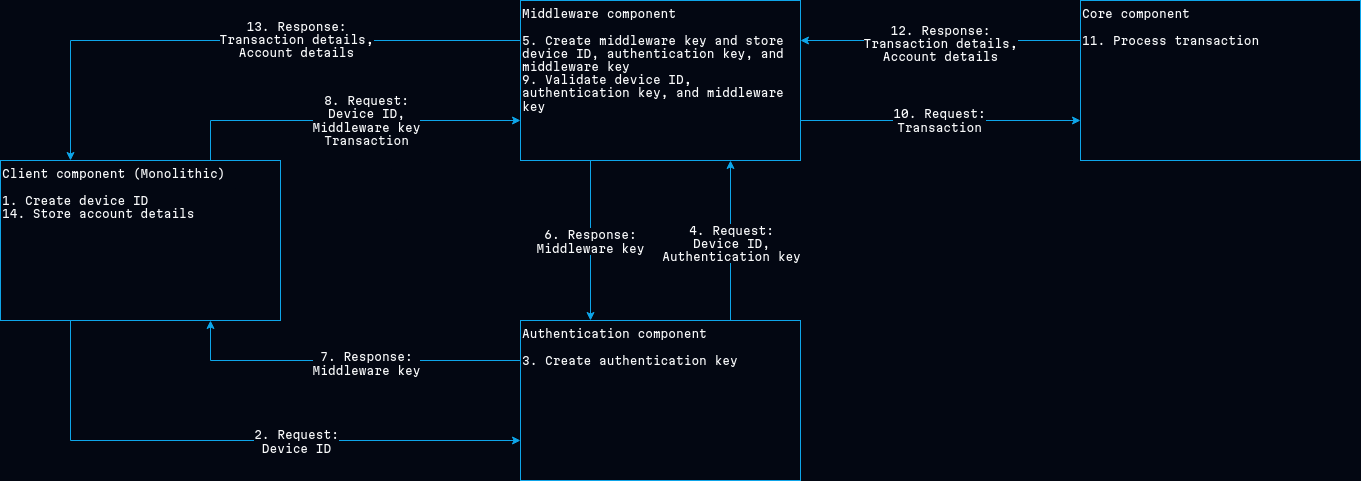
This is resources/images/otp-less-payment-system.png from enindu/enindu-alahapperuma, a draw.io export, as it was before one commit. Source tidied: cells renumbered, new cells last; positions are measured from the earlier drawing's top-left corner, leaving out a move shared by most shapes.
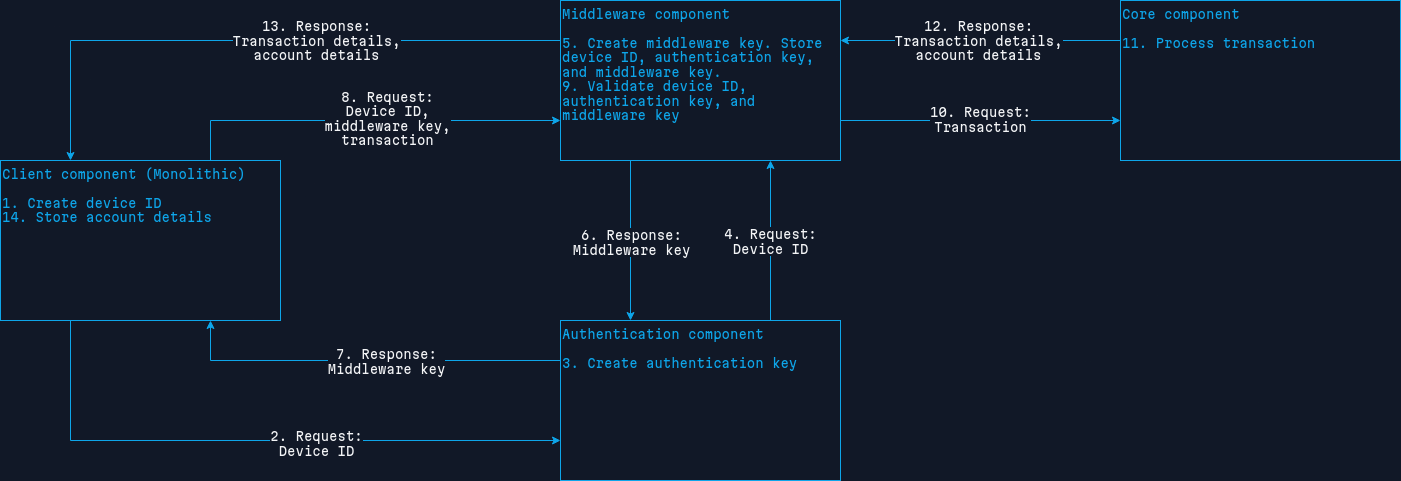
The same diagram one commit later.

The edit, as a diff of the source:
```diff
@@ -1,65 +1,70 @@
-<mxGraphModel background="#030712">
+<mxGraphModel background="#111827">
   <root>
     <mxCell id="0" />
     <mxCell id="1" parent="0" />
-    <mxCell id="2" style="edgeStyle=orthogonalEdgeStyle;rounded=0;jettySize=auto;html=1;exitX=0.25;exitY=1;exitDx=0;exitDy=0;entryX=0;entryY=0.75;entryDx=0;entryDy=0;strokeColor=#0EA5E9;fontFamily=Martian Mono;fontSource=https%3A%2F%2Ffonts.googleapis.com%2Fcss%3Ffamily%3DMartian%2BMono;" parent="1" edge="1" source="6" target="11">
+    <mxCell id="2" style="edgeStyle=orthogonalEdgeStyle;rounded=0;jettySize=auto;html=1;exitX=0.25;exitY=1;exitDx=0;exitDy=0;entryX=0;entryY=0.75;entryDx=0;entryDy=0;strokeColor=#0EA5E9;" parent="1" edge="1" source="6" target="11">
       <mxGeometry relative="1" as="geometry" />
     </mxCell>
-    <mxCell id="3" value="&lt;div&gt;2. Request:&lt;/div&gt;&lt;div&gt;Device ID&lt;br&gt;&lt;/div&gt;" style="edgeLabel;html=1;align=center;verticalAlign=middle;fontColor=#F9FAFB;labelBackgroundColor=#030712;fontFamily=Martian Mono;fontSource=https%3A%2F%2Ffonts.googleapis.com%2Fcss%3Ffamily%3DMartian%2BMono;" parent="2" vertex="1">
-      <mxGeometry x="0.21" relative="1" as="geometry" />
+    <mxCell id="3" value="&lt;div style=&quot;font-size: 12px;&quot;&gt;2. Request:&lt;/div&gt;&lt;div style=&quot;font-size: 12px;&quot;&gt;Device ID&lt;br style=&quot;font-size: 12px;&quot;&gt;&lt;/div&gt;" style="edgeLabel;html=1;align=center;verticalAlign=middle;labelBackgroundColor=#111827;fontColor=#F3F4F6;labelBorderColor=none;fontFamily=Martian Mono;fontSource=https%3A%2F%2Ffonts.googleapis.com%2Fcss%3Ffamily%3DMartian%2BMono;fontSize=12;" parent="2" vertex="1">
+      <mxGeometry x="0.2" y="-2" relative="1" as="geometry" />
     </mxCell>
-    <mxCell id="4" style="edgeStyle=orthogonalEdgeStyle;rounded=0;jettySize=auto;html=1;exitX=0.75;exitY=0;exitDx=0;exitDy=0;entryX=0;entryY=0.75;entryDx=0;entryDy=0;strokeColor=#0EA5E9;fontFamily=Martian Mono;fontSource=https%3A%2F%2Ffonts.googleapis.com%2Fcss%3Ffamily%3DMartian%2BMono;" parent="1" edge="1" source="6" target="18">
-      <mxGeometry relative="1" as="geometry" />
-    </mxCell>
-    <mxCell id="5" value="&lt;div&gt;8. Request:&lt;/div&gt;&lt;div&gt;Device ID,&lt;/div&gt;&lt;div&gt;Middleware key&lt;/div&gt;&lt;div&gt;Transaction&lt;br&gt;&lt;/div&gt;" style="edgeLabel;html=1;align=center;verticalAlign=middle;fontColor=#F9FAFB;labelBackgroundColor=#030712;fontFamily=Martian Mono;fontSource=https%3A%2F%2Ffonts.googleapis.com%2Fcss%3Ffamily%3DMartian%2BMono;" parent="4" vertex="1">
-      <mxGeometry x="0.11" y="1" relative="1" as="geometry" />
-    </mxCell>
+    <mxCell id="22" style="edgeStyle=orthogonalEdgeStyle;rounded=0;jettySize=auto;html=1;exitX=0.75;exitY=0;exitDx=0;exitDy=0;entryX=0;entryY=0.75;entryDx=0;entryDy=0;strokeColor=#0EA5E9;" parent="1" edge="1" source="6" target="30">
+      <mxGeometry relative="1" as="geometry" />
+    </mxCell>
+    <mxCell id="23" value="&lt;div style=&quot;font-size: 12px;&quot;&gt;8. Request:&lt;/div&gt;&lt;div style=&quot;font-size: 12px;&quot;&gt;Device ID,&lt;/div&gt;&lt;div style=&quot;font-size: 12px;&quot;&gt;middleware key,&lt;/div&gt;&lt;div style=&quot;font-size: 12px;&quot;&gt;transaction&lt;br style=&quot;font-size: 12px;&quot;&gt;&lt;/div&gt;" style="edgeLabel;html=1;align=center;verticalAlign=middle;labelBackgroundColor=#111827;fontColor=#F3F4F6;labelBorderColor=none;fontFamily=Martian Mono;fontSource=https%3A%2F%2Ffonts.googleapis.com%2Fcss%3Ffamily%3DMartian%2BMono;fontSize=12;" parent="22" vertex="1">
+      <mxGeometry x="0.11" y="3" relative="1" as="geometry" />
+    </mxCell>
-    <mxCell id="6" value="&lt;div style=&quot;font-size: 11px;&quot;&gt;Client component (Monolithic)&lt;/div&gt;&lt;div style=&quot;font-size: 11px;&quot;&gt;&lt;br style=&quot;font-size: 11px;&quot;&gt;&lt;/div&gt;&lt;div style=&quot;font-size: 11px;&quot;&gt;1. Create device ID&lt;/div&gt;&lt;div style=&quot;font-size: 11px;&quot;&gt;14. Store account details&lt;br style=&quot;font-size: 11px;&quot;&gt;&lt;/div&gt;" style="rounded=0;whiteSpace=wrap;html=1;align=left;verticalAlign=top;fontFamily=Martian Mono;fontSource=https%3A%2F%2Ffonts.googleapis.com%2Fcss%3Ffamily%3DMartian%2BMono;labelBackgroundColor=none;fillColor=#030712;fontColor=#f9fafb;strokeColor=#0ea5e9;fontSize=11;" parent="1" vertex="1">
-      <mxGeometry y="160" width="280" height="160" as="geometry" />
+    <mxCell id="6" value="&lt;div style=&quot;font-size: 12px;&quot;&gt;Client component (Monolithic)&lt;/div&gt;&lt;div style=&quot;font-size: 12px;&quot;&gt;&lt;br style=&quot;font-size: 12px;&quot;&gt;&lt;/div&gt;&lt;div style=&quot;font-size: 12px;&quot;&gt;1. Create device ID&lt;/div&gt;&lt;div style=&quot;font-size: 12px;&quot;&gt;14. Store account details&lt;br style=&quot;font-size: 12px;&quot;&gt;&lt;/div&gt;" style="rounded=0;whiteSpace=wrap;html=1;align=left;verticalAlign=top;fontColor=#0EA5E9;fillColor=#111827;strokeColor=#0ea5e9;fontFamily=Martian Mono;fontSource=https%3A%2F%2Ffonts.googleapis.com%2Fcss%3Ffamily%3DMartian%2BMono;fontSize=12;" parent="1" vertex="1">
+      <mxGeometry x="-40" y="160" width="280" height="160" as="geometry" />
     </mxCell>
-    <mxCell id="7" style="edgeStyle=orthogonalEdgeStyle;rounded=0;jettySize=auto;html=1;exitX=0;exitY=0.25;exitDx=0;exitDy=0;entryX=0.75;entryY=1;entryDx=0;entryDy=0;strokeColor=#0EA5E9;fontFamily=Martian Mono;fontSource=https%3A%2F%2Ffonts.googleapis.com%2Fcss%3Ffamily%3DMartian%2BMono;" parent="1" edge="1" source="11" target="6">
+    <mxCell id="7" style="edgeStyle=orthogonalEdgeStyle;rounded=0;jettySize=auto;html=1;exitX=0;exitY=0.25;exitDx=0;exitDy=0;entryX=0.75;entryY=1;entryDx=0;entryDy=0;strokeColor=#0EA5E9;" parent="1" edge="1" source="11" target="6">
       <mxGeometry relative="1" as="geometry" />
     </mxCell>
-    <mxCell id="8" value="&lt;div&gt;7. Response:&lt;/div&gt;&lt;div&gt;Middleware key&lt;br&gt;&lt;/div&gt;" style="edgeLabel;html=1;align=center;verticalAlign=middle;fontColor=#F9FAFB;labelBackgroundColor=#030712;fontFamily=Martian Mono;fontSource=https%3A%2F%2Ffonts.googleapis.com%2Fcss%3Ffamily%3DMartian%2BMono;" parent="7" vertex="1">
-      <mxGeometry x="-0.11" y="2" relative="1" as="geometry" />
+    <mxCell id="8" value="&lt;div style=&quot;font-size: 12px;&quot;&gt;7. Response:&lt;/div&gt;&lt;div style=&quot;font-size: 12px;&quot;&gt;Middleware key&lt;br style=&quot;font-size: 12px;&quot;&gt;&lt;/div&gt;" style="edgeLabel;html=1;align=center;verticalAlign=middle;labelBackgroundColor=#111827;fontColor=#F3F4F6;labelBorderColor=none;fontFamily=Martian Mono;fontSource=https%3A%2F%2Ffonts.googleapis.com%2Fcss%3Ffamily%3DMartian%2BMono;fontSize=12;" parent="7" vertex="1">
+      <mxGeometry x="-0.1" relative="1" as="geometry" />
     </mxCell>
-    <mxCell id="9" style="edgeStyle=orthogonalEdgeStyle;rounded=0;jettySize=auto;html=1;exitX=0.75;exitY=0;exitDx=0;exitDy=0;entryX=0.75;entryY=1;entryDx=0;entryDy=0;strokeColor=#0EA5E9;fontFamily=Martian Mono;fontSource=https%3A%2F%2Ffonts.googleapis.com%2Fcss%3Ffamily%3DMartian%2BMono;" parent="1" edge="1" source="11" target="18">
-      <mxGeometry relative="1" as="geometry" />
-    </mxCell>
-    <mxCell id="10" value="&lt;div&gt;4. Request:&lt;/div&gt;&lt;div&gt;Device ID,&lt;br&gt;&lt;/div&gt;&lt;div&gt;Authentication key&lt;br&gt;&lt;/div&gt;" style="edgeLabel;html=1;align=center;verticalAlign=middle;fontColor=#F9FAFB;labelBackgroundColor=#030712;fontFamily=Martian Mono;fontSource=https%3A%2F%2Ffonts.googleapis.com%2Fcss%3Ffamily%3DMartian%2BMono;" parent="9" vertex="1">
-      <mxGeometry x="-0.03" relative="1" as="geometry" />
-    </mxCell>
+    <mxCell id="24" style="edgeStyle=orthogonalEdgeStyle;rounded=0;jettySize=auto;html=1;exitX=0.75;exitY=0;exitDx=0;exitDy=0;entryX=0.75;entryY=1;entryDx=0;entryDy=0;strokeColor=#0EA5E9;" parent="1" edge="1" source="11" target="30">
+      <mxGeometry relative="1" as="geometry">
+        <Array as="points">
+          <mxPoint x="730" y="240" />
+          <mxPoint x="730" y="240" />
+        </Array>
+      </mxGeometry>
+    </mxCell>
+    <mxCell id="25" value="&lt;div style=&quot;font-size: 12px;&quot;&gt;4. Request:&lt;/div&gt;&lt;div style=&quot;font-size: 12px;&quot;&gt;Device ID&lt;br style=&quot;font-size: 12px;&quot;&gt;&lt;/div&gt;" style="edgeLabel;html=1;align=center;verticalAlign=middle;labelBackgroundColor=#111827;fontColor=#F3F4F6;labelBorderColor=none;fontFamily=Martian Mono;fontSource=https%3A%2F%2Ffonts.googleapis.com%2Fcss%3Ffamily%3DMartian%2BMono;fontSize=12;" parent="24" vertex="1">
+      <mxGeometry y="1" relative="1" as="geometry" />
+    </mxCell>
-    <mxCell id="11" value="&lt;div style=&quot;font-size: 11px;&quot;&gt;Authentication component&lt;/div&gt;&lt;div style=&quot;font-size: 11px;&quot;&gt;&lt;br style=&quot;font-size: 11px;&quot;&gt;&lt;/div&gt;&lt;div style=&quot;font-size: 11px;&quot;&gt;3. Create authentication key&lt;br style=&quot;font-size: 11px;&quot;&gt;&lt;/div&gt;" style="rounded=0;whiteSpace=wrap;html=1;align=left;verticalAlign=top;fontFamily=Martian Mono;fontSource=https%3A%2F%2Ffonts.googleapis.com%2Fcss%3Ffamily%3DMartian%2BMono;labelBackgroundColor=none;fillColor=#030712;fontColor=#f9fafb;strokeColor=#0ea5e9;fontSize=11;" parent="1" vertex="1">
+    <mxCell id="11" value="&lt;div style=&quot;font-size: 12px;&quot;&gt;Authentication component&lt;/div&gt;&lt;div style=&quot;font-size: 12px;&quot;&gt;&lt;br style=&quot;font-size: 12px;&quot;&gt;&lt;/div&gt;&lt;div style=&quot;font-size: 12px;&quot;&gt;3. Create authentication key&lt;br style=&quot;font-size: 12px;&quot;&gt;&lt;/div&gt;" style="rounded=0;whiteSpace=wrap;html=1;align=left;verticalAlign=top;fontColor=#0EA5E9;fillColor=#111827;strokeColor=#0ea5e9;fontFamily=Martian Mono;fontSource=https%3A%2F%2Ffonts.googleapis.com%2Fcss%3Ffamily%3DMartian%2BMono;fontSize=12;" parent="1" vertex="1">
       <mxGeometry x="520" y="320" width="280" height="160" as="geometry" />
     </mxCell>
-    <mxCell id="12" style="edgeStyle=orthogonalEdgeStyle;rounded=0;jettySize=auto;html=1;exitX=0;exitY=0.25;exitDx=0;exitDy=0;entryX=0.25;entryY=0;entryDx=0;entryDy=0;strokeColor=#0EA5E9;fontFamily=Martian Mono;fontSource=https%3A%2F%2Ffonts.googleapis.com%2Fcss%3Ffamily%3DMartian%2BMono;" parent="1" edge="1" source="18" target="6">
-      <mxGeometry relative="1" as="geometry" />
-    </mxCell>
-    <mxCell id="13" value="&lt;div&gt;13. Response:&lt;/div&gt;&lt;div&gt;Transaction details,&lt;/div&gt;&lt;div&gt;Account details&lt;br&gt;&lt;/div&gt;" style="edgeLabel;html=1;align=center;verticalAlign=middle;fontColor=#F9FAFB;labelBackgroundColor=#030712;fontFamily=Martian Mono;fontSource=https%3A%2F%2Ffonts.googleapis.com%2Fcss%3Ffamily%3DMartian%2BMono;" parent="12" vertex="1">
-      <mxGeometry x="-0.21" y="-1" relative="1" as="geometry" />
-    </mxCell>
-    <mxCell id="14" style="edgeStyle=orthogonalEdgeStyle;rounded=0;jettySize=auto;html=1;exitX=0.25;exitY=1;exitDx=0;exitDy=0;entryX=0.25;entryY=0;entryDx=0;entryDy=0;strokeColor=#0EA5E9;fontFamily=Martian Mono;fontSource=https%3A%2F%2Ffonts.googleapis.com%2Fcss%3Ffamily%3DMartian%2BMono;" parent="1" edge="1" source="18" target="11">
-      <mxGeometry relative="1" as="geometry" />
-    </mxCell>
+    <mxCell id="26" style="edgeStyle=orthogonalEdgeStyle;rounded=0;jettySize=auto;html=1;exitX=0;exitY=0.25;exitDx=0;exitDy=0;entryX=0.25;entryY=0;entryDx=0;entryDy=0;strokeColor=#0EA5E9;" parent="1" edge="1" source="30" target="6">
+      <mxGeometry relative="1" as="geometry" />
+    </mxCell>
+    <mxCell id="27" value="&lt;div style=&quot;font-size: 12px;&quot;&gt;13. Response:&lt;/div&gt;&lt;div style=&quot;font-size: 12px;&quot;&gt;Transaction details,&lt;/div&gt;&lt;div style=&quot;font-size: 12px;&quot;&gt;account details&lt;br style=&quot;font-size: 12px;&quot;&gt;&lt;/div&gt;" style="edgeLabel;html=1;align=center;verticalAlign=middle;labelBackgroundColor=#111827;fontColor=#F3F4F6;labelBorderColor=none;fontFamily=Martian Mono;fontSource=https%3A%2F%2Ffonts.googleapis.com%2Fcss%3Ffamily%3DMartian%2BMono;fontSize=12;" parent="26" vertex="1">
+      <mxGeometry x="-0.2" relative="1" as="geometry" />
+    </mxCell>
+    <mxCell id="28" style="edgeStyle=orthogonalEdgeStyle;rounded=0;jettySize=auto;html=1;exitX=0.25;exitY=1;exitDx=0;exitDy=0;entryX=0.25;entryY=0;entryDx=0;entryDy=0;strokeColor=#0EA5E9;" parent="1" edge="1" source="30" target="11">
+      <mxGeometry relative="1" as="geometry" />
+    </mxCell>
-    <mxCell id="15" value="&lt;div&gt;6. Response:&lt;/div&gt;&lt;div&gt;Middleware key&lt;br&gt;&lt;/div&gt;" style="edgeLabel;html=1;align=center;verticalAlign=middle;fontColor=#F9FAFB;labelBackgroundColor=#030712;fontFamily=Martian Mono;fontSource=https%3A%2F%2Ffonts.googleapis.com%2Fcss%3Ffamily%3DMartian%2BMono;" parent="14" vertex="1">
-      <mxGeometry y="-1" relative="1" as="geometry" />
+    <mxCell id="15" value="&lt;div style=&quot;font-size: 12px;&quot;&gt;6. Response:&lt;/div&gt;&lt;div style=&quot;font-size: 12px;&quot;&gt;Middleware key&lt;br style=&quot;font-size: 12px;&quot;&gt;&lt;/div&gt;" style="edgeLabel;html=1;align=center;verticalAlign=middle;labelBackgroundColor=#111827;fontColor=#F3F4F6;labelBorderColor=none;fontFamily=Martian Mono;fontSource=https%3A%2F%2Ffonts.googleapis.com%2Fcss%3Ffamily%3DMartian%2BMono;fontSize=12;" parent="28" vertex="1">
+      <mxGeometry x="0.01" relative="1" as="geometry" />
     </mxCell>
-    <mxCell id="16" style="edgeStyle=orthogonalEdgeStyle;rounded=0;jettySize=auto;html=1;exitX=1;exitY=0.75;exitDx=0;exitDy=0;entryX=0;entryY=0.75;entryDx=0;entryDy=0;strokeColor=#0EA5E9;fontFamily=Martian Mono;fontSource=https%3A%2F%2Ffonts.googleapis.com%2Fcss%3Ffamily%3DMartian%2BMono;" parent="1" edge="1" source="18" target="21">
-      <mxGeometry relative="1" as="geometry" />
-    </mxCell>
+    <mxCell id="29" style="edgeStyle=orthogonalEdgeStyle;rounded=0;jettySize=auto;html=1;exitX=1;exitY=0.75;exitDx=0;exitDy=0;entryX=0;entryY=0.75;entryDx=0;entryDy=0;strokeColor=#0EA5E9;" parent="1" edge="1" source="30" target="21">
+      <mxGeometry relative="1" as="geometry" />
+    </mxCell>
-    <mxCell id="17" value="&lt;div&gt;10. Request:&lt;/div&gt;&lt;div&gt;Transaction&lt;br&gt;&lt;/div&gt;" style="edgeLabel;html=1;align=center;verticalAlign=middle;fontColor=#F9FAFB;labelBackgroundColor=#030712;fontFamily=Martian Mono;fontSource=https%3A%2F%2Ffonts.googleapis.com%2Fcss%3Ffamily%3DMartian%2BMono;" parent="16" vertex="1">
-      <mxGeometry x="-0.01" y="1" relative="1" as="geometry" />
+    <mxCell id="17" value="&lt;div style=&quot;font-size: 12px;&quot;&gt;10. Request:&lt;/div&gt;&lt;div style=&quot;font-size: 12px;&quot;&gt;Transaction&lt;br style=&quot;font-size: 12px;&quot;&gt;&lt;/div&gt;" style="edgeLabel;html=1;align=center;verticalAlign=middle;labelBackgroundColor=#111827;fontColor=#F3F4F6;labelBorderColor=none;fontFamily=Martian Mono;fontSource=https%3A%2F%2Ffonts.googleapis.com%2Fcss%3Ffamily%3DMartian%2BMono;fontSize=12;" parent="29" vertex="1">
+      <mxGeometry x="-0.01" y="2" relative="1" as="geometry" />
     </mxCell>
-    <mxCell id="18" value="&lt;div style=&quot;font-size: 11px;&quot;&gt;Middleware component&lt;/div&gt;&lt;div style=&quot;font-size: 11px;&quot;&gt;&lt;br style=&quot;font-size: 11px;&quot;&gt;&lt;/div&gt;&lt;div style=&quot;font-size: 11px;&quot;&gt;5. Create middleware key and store device ID, authentication key, and middleware key&lt;/div&gt;&lt;div style=&quot;font-size: 11px;&quot;&gt;9. Validate device ID, authentication key, and middleware key&lt;br style=&quot;font-size: 11px;&quot;&gt;&lt;/div&gt;" style="rounded=0;whiteSpace=wrap;html=1;align=left;verticalAlign=top;fontFamily=Martian Mono;fontSource=https%3A%2F%2Ffonts.googleapis.com%2Fcss%3Ffamily%3DMartian%2BMono;labelBackgroundColor=none;fillColor=#030712;fontColor=#f9fafb;strokeColor=#0ea5e9;fontSize=11;" parent="1" vertex="1">
-      <mxGeometry x="520" width="280" height="160" as="geometry" />
-    </mxCell>
-    <mxCell id="19" style="edgeStyle=orthogonalEdgeStyle;rounded=0;jettySize=auto;html=1;exitX=0;exitY=0.25;exitDx=0;exitDy=0;entryX=1;entryY=0.25;entryDx=0;entryDy=0;strokeColor=#0EA5E9;fontFamily=Martian Mono;fontSource=https%3A%2F%2Ffonts.googleapis.com%2Fcss%3Ffamily%3DMartian%2BMono;" parent="1" edge="1" source="21" target="18">
-      <mxGeometry relative="1" as="geometry" />
-    </mxCell>
-    <mxCell id="20" value="&lt;div&gt;12. Response:&lt;/div&gt;&lt;div&gt;Transaction details,&lt;/div&gt;&lt;div&gt;Account details&lt;br&gt;&lt;/div&gt;" style="edgeLabel;html=1;align=center;verticalAlign=middle;fontColor=#F9FAFB;labelBackgroundColor=#030712;fontFamily=Martian Mono;fontSource=https%3A%2F%2Ffonts.googleapis.com%2Fcss%3Ffamily%3DMartian%2BMono;" parent="19" vertex="1">
-      <mxGeometry x="0.01" y="3" relative="1" as="geometry" />
-    </mxCell>
+    <mxCell id="30" value="&lt;div style=&quot;font-size: 12px;&quot;&gt;Middleware component&lt;/div&gt;&lt;div style=&quot;font-size: 12px;&quot;&gt;&lt;br style=&quot;font-size: 12px;&quot;&gt;&lt;/div&gt;&lt;div style=&quot;font-size: 12px;&quot;&gt;5. Create middleware key. Store device ID, authentication key, and middleware key.&lt;/div&gt;&lt;div style=&quot;font-size: 12px;&quot;&gt;9. Validate device ID, authentication key, and middleware key&lt;br style=&quot;font-size: 12px;&quot;&gt;&lt;/div&gt;" style="rounded=0;whiteSpace=wrap;html=1;align=left;verticalAlign=top;fontColor=#0EA5E9;fillColor=#111827;strokeColor=#0ea5e9;fontFamily=Martian Mono;fontSource=https%3A%2F%2Ffonts.googleapis.com%2Fcss%3Ffamily%3DMartian%2BMono;fontSize=12;" parent="1" vertex="1">
+      <mxGeometry x="520" width="280" height="160" as="geometry" />
+    </mxCell>
+    <mxCell id="31" style="edgeStyle=orthogonalEdgeStyle;rounded=0;jettySize=auto;html=1;exitX=0;exitY=0.25;exitDx=0;exitDy=0;entryX=1;entryY=0.25;entryDx=0;entryDy=0;strokeColor=#0EA5E9;" parent="1" edge="1" source="21" target="30">
+      <mxGeometry relative="1" as="geometry" />
+    </mxCell>
+    <mxCell id="32" value="&lt;div style=&quot;font-size: 12px;&quot;&gt;12. Response:&lt;/div&gt;&lt;div style=&quot;font-size: 12px;&quot;&gt;Transaction details,&lt;/div&gt;&lt;div style=&quot;font-size: 12px;&quot;&gt;account details&lt;br style=&quot;font-size: 12px;&quot;&gt;&lt;/div&gt;" style="edgeLabel;html=1;align=center;verticalAlign=middle;labelBackgroundColor=#111827;fontColor=#F3F4F6;labelBorderColor=none;fontFamily=Martian Mono;fontSource=https%3A%2F%2Ffonts.googleapis.com%2Fcss%3Ffamily%3DMartian%2BMono;fontSize=12;" parent="31" vertex="1">
+      <mxGeometry x="0.02" relative="1" as="geometry" />
+    </mxCell>
-    <mxCell id="21" value="&lt;div style=&quot;font-size: 11px;&quot;&gt;Core component&lt;/div&gt;&lt;div style=&quot;font-size: 11px;&quot;&gt;&lt;br style=&quot;font-size: 11px;&quot;&gt;&lt;/div&gt;&lt;div style=&quot;font-size: 11px;&quot;&gt;11. Process transaction&lt;br style=&quot;font-size: 11px;&quot;&gt;&lt;/div&gt;" style="rounded=0;whiteSpace=wrap;html=1;align=left;verticalAlign=top;fontFamily=Martian Mono;fontSource=https%3A%2F%2Ffonts.googleapis.com%2Fcss%3Ffamily%3DMartian%2BMono;labelBackgroundColor=none;fillColor=#030712;fontColor=#f9fafb;strokeColor=#0ea5e9;fontSize=11;" parent="1" vertex="1">
+    <mxCell id="21" value="&lt;div style=&quot;font-size: 12px;&quot;&gt;Core component&lt;/div&gt;&lt;div style=&quot;font-size: 12px;&quot;&gt;&lt;br style=&quot;font-size: 12px;&quot;&gt;&lt;/div&gt;&lt;div style=&quot;font-size: 12px;&quot;&gt;11. Process transaction&lt;br style=&quot;font-size: 12px;&quot;&gt;&lt;/div&gt;" style="rounded=0;whiteSpace=wrap;html=1;align=left;verticalAlign=top;fontColor=#0EA5E9;fillColor=#111827;strokeColor=#0ea5e9;fontFamily=Martian Mono;fontSource=https%3A%2F%2Ffonts.googleapis.com%2Fcss%3Ffamily%3DMartian%2BMono;fontSize=12;" parent="1" vertex="1">
       <mxGeometry x="1080" width="280" height="160" as="geometry" />
     </mxCell>
   </root>
```
